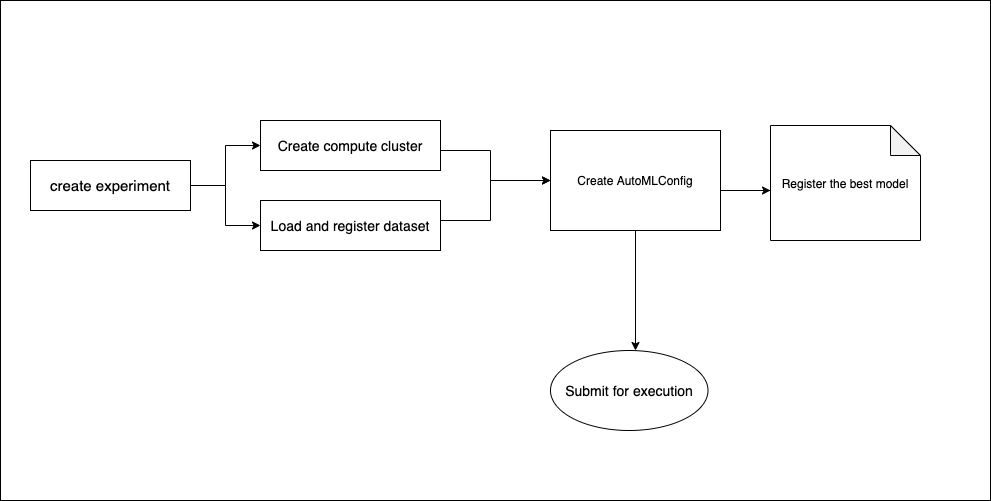
This is images/AutoML.png from chen-bowen/Predicting_Ads_Click_Rate_with_Azure, a draw.io export, as it was before one commit. Source tidied: cells renumbered, new cells last; positions are measured from the earlier drawing's top-left corner, leaving out a move shared by most shapes.
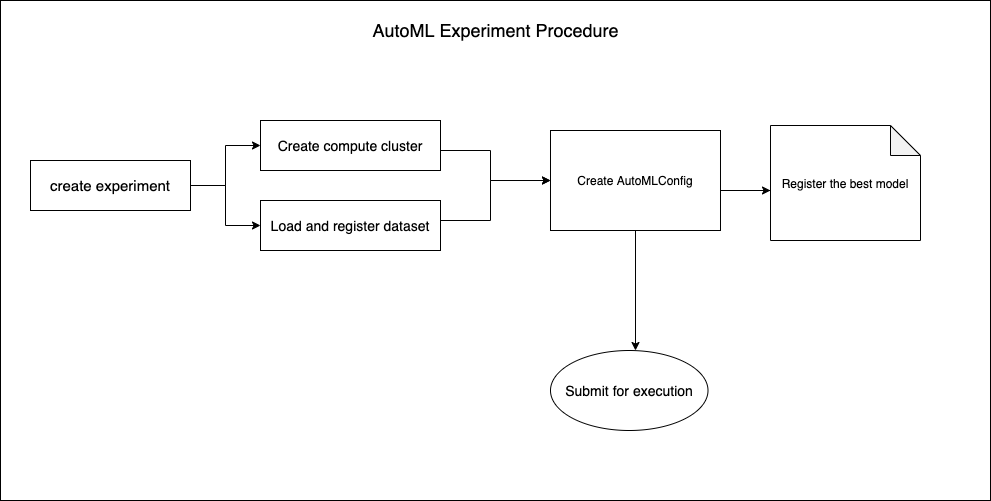
After the change.

Change to the diagram source:
```diff
@@ -73,5 +73,8 @@
         </Array>
       </mxGeometry>
     </mxCell>
+    <mxCell id="15" value="&lt;font style=&quot;font-size: 18px&quot;&gt;AutoML Experiment Procedure&lt;/font&gt;" style="text;html=1;strokeColor=none;fillColor=none;align=center;verticalAlign=middle;whiteSpace=wrap;rounded=0;" parent="1" vertex="1">
+      <mxGeometry x="337.5" y="20" width="315" height="20" as="geometry" />
+    </mxCell>
   </root>
 </mxGraphModel>
```
